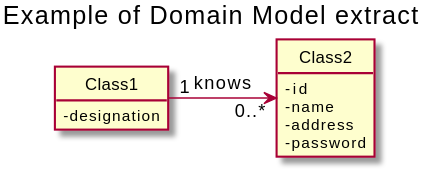
nunogon1211787/projectManagement keeps this PlantUML diagram as docs/Sprint3/US034/US034-MD.svg. Above is the earlier version. The source it was exported from:
```plantuml
@startuml
hide circle
skinparam classAttributeIconSize 0
hide methods

title Example of Domain Model extract

class Class1 {
    -designation
}

class Class2 {
    -id
    -name
    -address
    -password
}

Class1 "1" -> "0..*" Class2: knows

@enduml
```
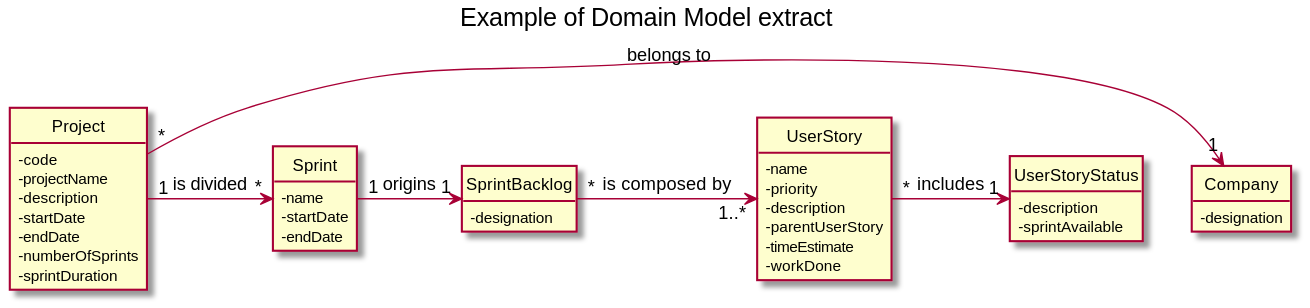
After the change.

Diff of the diagram source:
```diff
@@ -5,17 +5,49 @@
 
 title Example of Domain Model extract
 
-class Class1 {
+class Company {
     -designation
 }
 
-class Class2 {
-    -id
-    -name
-    -address
-    -password
+class Project {
+-code
+-projectName
+-description
+-startDate
+-endDate
+-numberOfSprints
+-sprintDuration
 }
 
-Class1 "1" -> "0..*" Class2: knows
+class Sprint {
+-name
+-startDate
+-endDate
+}
+
+class SprintBacklog {
+    -designation
+}
+
+class UserStory {
+-name
+-priority
+-description
+-parentUserStory
+-timeEstimate
+-workDone
+}
+
+class UserStoryStatus {
+-description
+-sprintAvailable
+}
+
+
+Project "*" -> "1" Company: belongs to
+Project "1" -> "*" Sprint: is divided
+Sprint "1" -> "1" SprintBacklog: origins
+SprintBacklog "*" -> "1..*"UserStory: is composed by
+UserStory "*" -> "1" UserStoryStatus: includes
 
 @enduml
```
